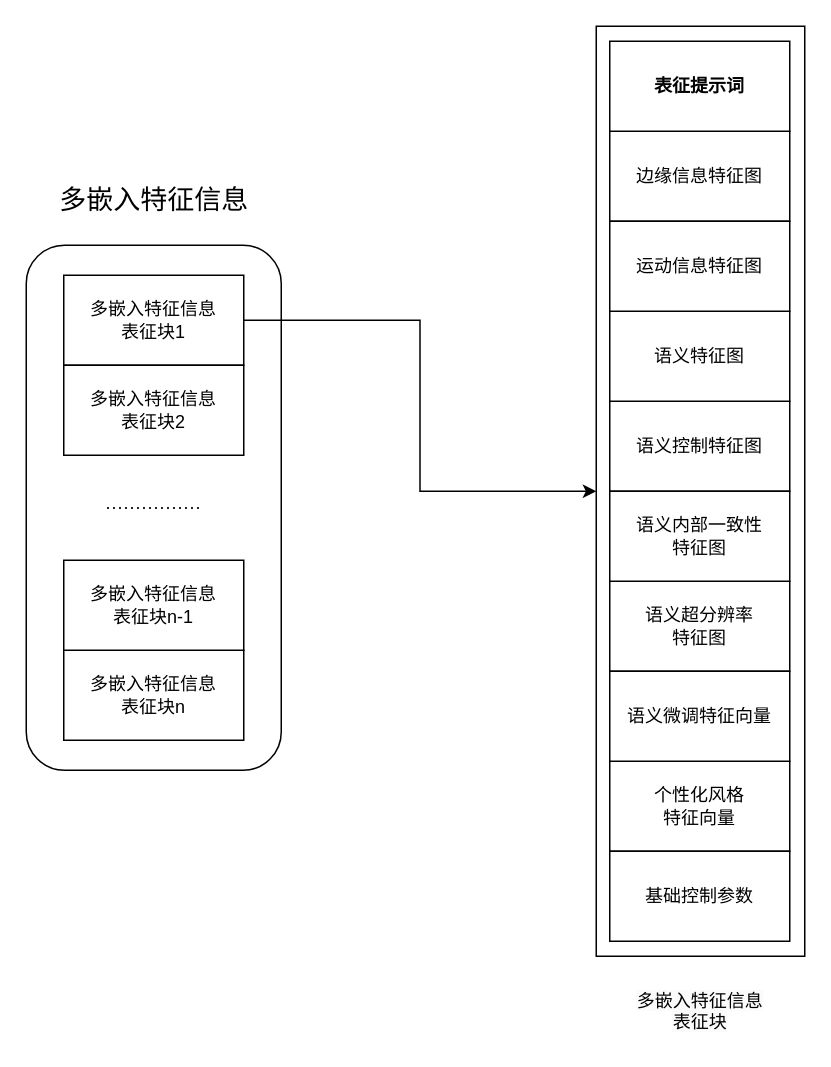
The draw.io diagram 多嵌入特征语义信息 视频.drawio in hrf666666/FlowCharts, before the edit. Source tidied: cells renumbered, new cells numbered last; positions are measured from the earlier drawing's top-left corner, leaving out a move shared by most shapes. Both pictures are drawn from the tidied source at 150%, with x=0, y=0 at pixel (26, 26).
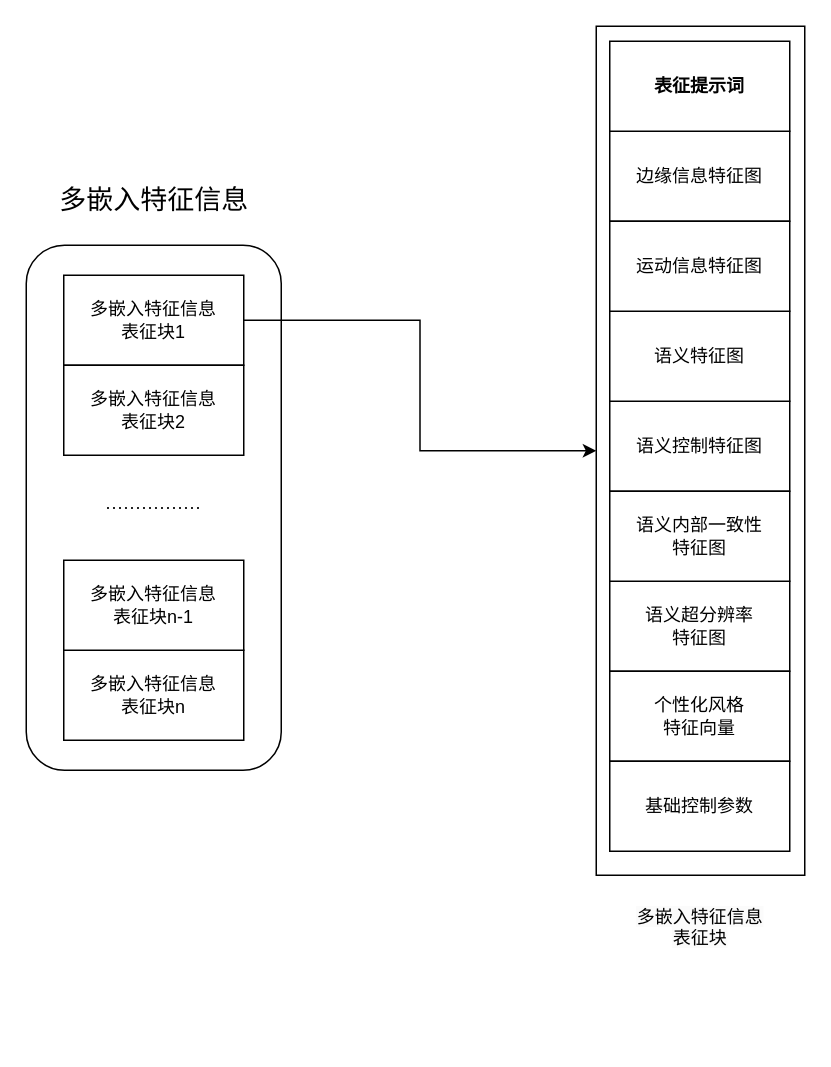
The same diagram, later.

Commit message:
更新多嵌入特征语义信息 视频.drawio

The edit, as a diff of the source:
```diff
@@
     <mxCell id="9" style="rounded=0;whiteSpace=wrap;html=1;" parent="1" vertex="1">
-      <mxGeometry x="380" width="139" height="620" as="geometry" />
+      <mxGeometry x="380" width="139" height="566" as="geometry" />
     </mxCell>
@@
     <mxCell id="15" value="&lt;div&gt;个性化风格&lt;/div&gt;&lt;div&gt;特征向量&lt;/div&gt;" style="rounded=0;whiteSpace=wrap;html=1;" parent="1" vertex="1">
-      <mxGeometry x="389" y="490" width="120" height="60" as="geometry" />
+      <mxGeometry x="389" y="430" width="120" height="60" as="geometry" />
     </mxCell>
@@
     <mxCell id="18" value="&lt;div&gt;基础控制参数&lt;/div&gt;" style="rounded=0;whiteSpace=wrap;html=1;" parent="1" vertex="1">
-      <mxGeometry x="389" y="550" width="120" height="60" as="geometry" />
+      <mxGeometry x="389" y="490" width="120" height="60" as="geometry" />
     </mxCell>
-    <mxCell id="19" value="&lt;div&gt;语义微调特征向量&lt;/div&gt;" style="rounded=0;whiteSpace=wrap;html=1;" parent="1" vertex="1">
-      <mxGeometry x="389" y="430" width="120" height="60" as="geometry" />
-    </mxCell>
     <mxCell id="20" value="&lt;span style=&quot;color: rgb(0, 0, 0); font-family: Helvetica; font-size: 12px; font-style: normal; font-variant-ligatures: normal; font-variant-caps: normal; font-weight: 400; letter-spacing: normal; orphans: 2; text-indent: 0px; text-transform: none; widows: 2; word-spacing: 0px; -webkit-text-stroke-width: 0px; white-space: normal; background-color: rgb(251, 251, 251); text-decoration-thickness: initial; text-decoration-style: initial; text-decoration-color: initial; float: none; display: inline !important;&quot;&gt;多嵌入特征信息&lt;/span&gt;&lt;div&gt;&lt;span style=&quot;color: rgb(0, 0, 0); font-family: Helvetica; font-size: 12px; font-style: normal; font-variant-ligatures: normal; font-variant-caps: normal; font-weight: 400; letter-spacing: normal; orphans: 2; text-indent: 0px; text-transform: none; widows: 2; word-spacing: 0px; -webkit-text-stroke-width: 0px; white-space: normal; background-color: rgb(251, 251, 251); text-decoration-thickness: initial; text-decoration-style: initial; text-decoration-color: initial; float: none; display: inline !important;&quot;&gt;表征块&lt;/span&gt;&lt;/div&gt;" style="text;whiteSpace=wrap;html=1;align=center;" parent="1" vertex="1">
-      <mxGeometry x="393.5" y="636" width="111" height="40" as="geometry" />
+      <mxGeometry x="394" y="580" width="111" height="40" as="geometry" />
     </mxCell>
```
